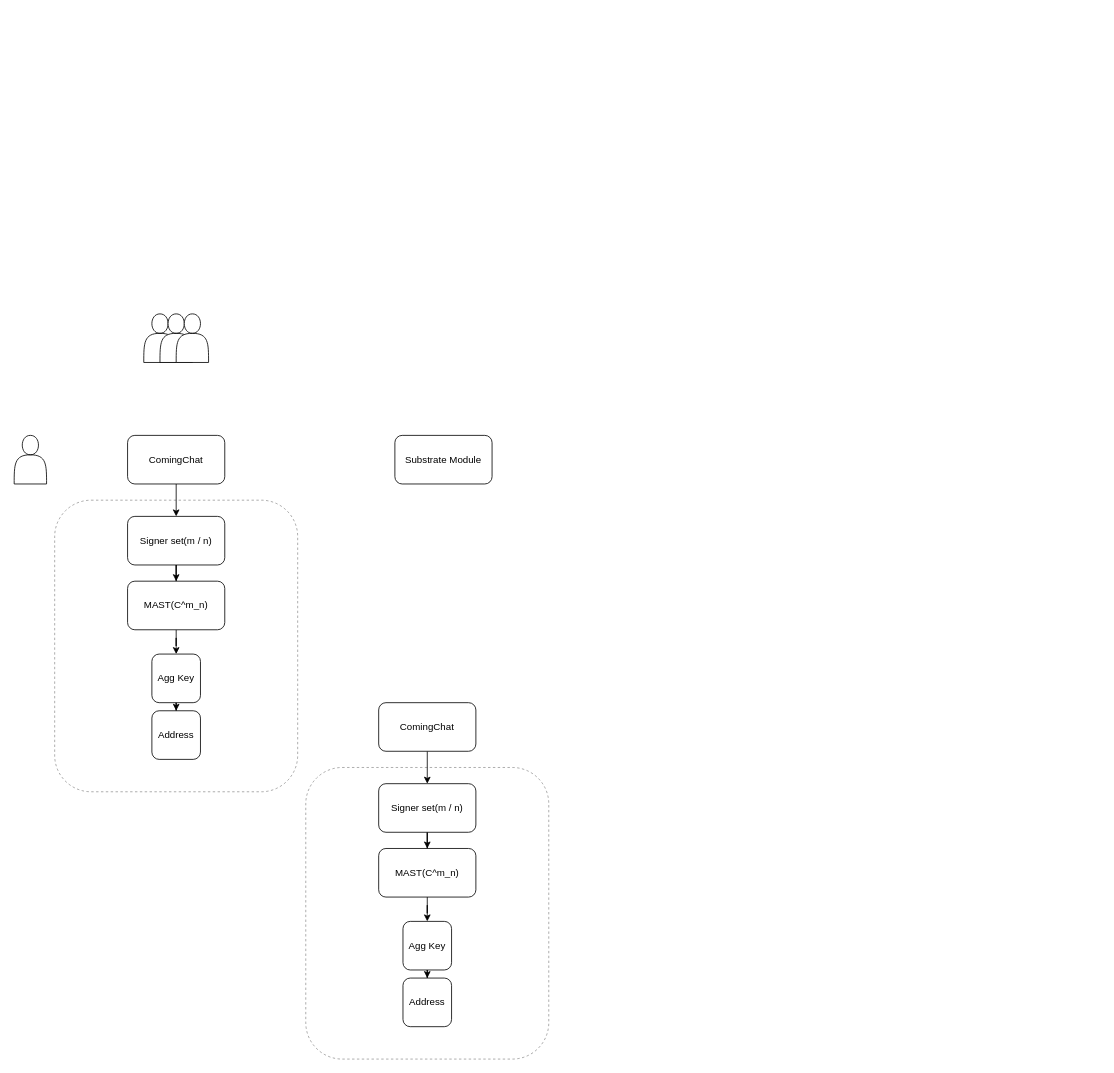
Before: drawio/threshold_signature.drawio in 0xrjman/resources, a draw.io diagram. Source tidied: cells renumbered, new cells numbered last; positions are measured from the earlier drawing's top-left corner, leaving out a move shared by most shapes. Both pictures are drawn from the tidied source at 81%, with x=0, y=0 at pixel (14, 313).
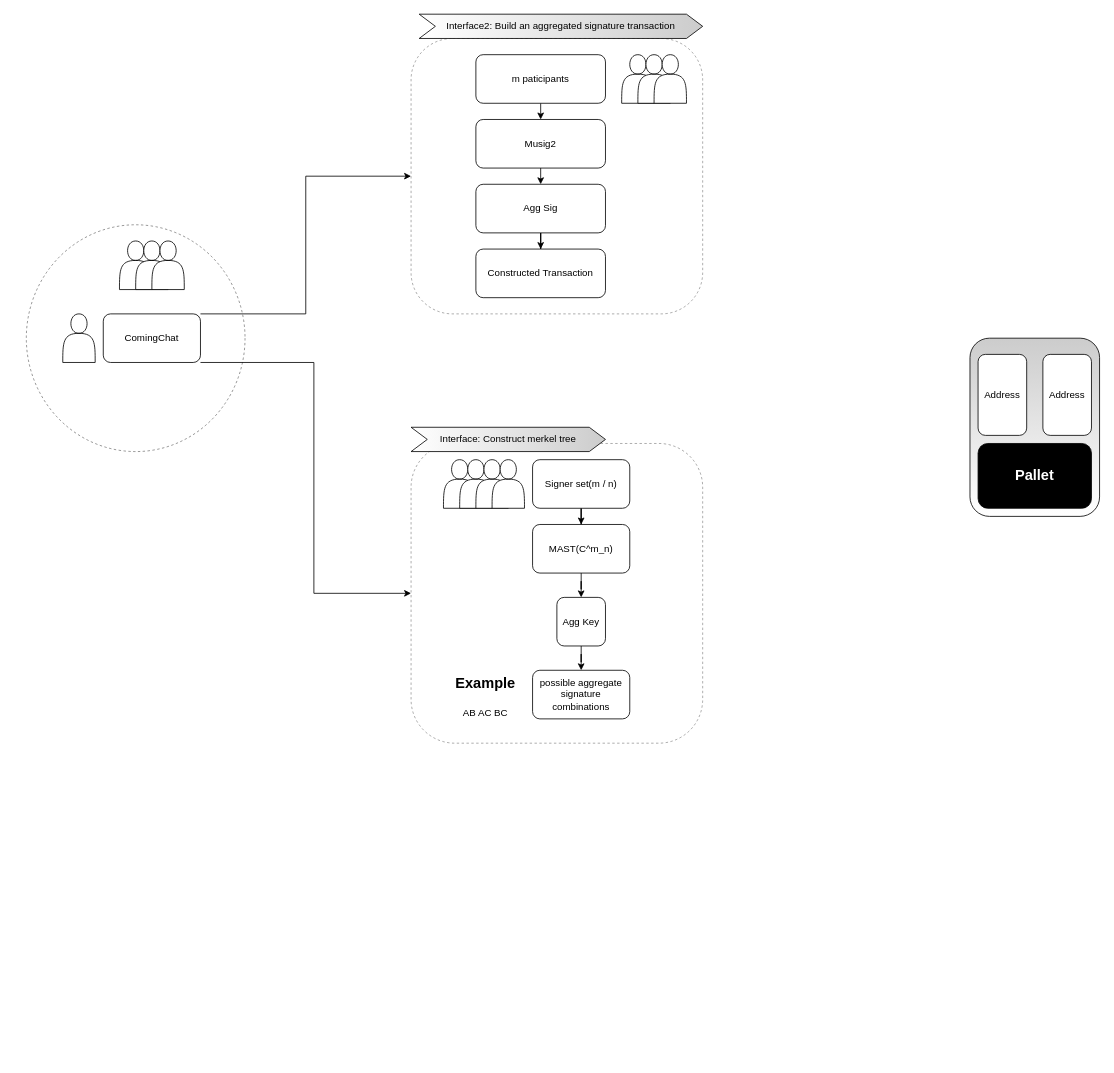
Above is the later version.

What changed in the source:
```diff
@@
+    <mxCell id="29" style="rounded=1;whiteSpace=wrap;html=1;dashed=1;opacity=40;" parent="1" vertex="1">
+      <mxGeometry x="490" y="-340" width="360" height="340" as="geometry" />
+    </mxCell>
+    <mxCell id="30" style="ellipse;whiteSpace=wrap;html=1;gradientColor=none;gradientDirection=north;fillColor=none;dashed=1;opacity=50;" parent="1" vertex="1">
+      <mxGeometry x="15" y="-110" width="270" height="280" as="geometry" />
+    </mxCell>
     <mxCell id="2" style="rounded=1;whiteSpace=wrap;html=1;dashed=1;opacity=40;" parent="1" vertex="1">
-      <mxGeometry x="50" y="230" width="300" height="360" as="geometry" />
+      <mxGeometry x="490" y="160" width="360" height="370" as="geometry" />
     </mxCell>
-    <mxCell id="3" style="edgeStyle=orthogonalEdgeStyle;rounded=0;jettySize=auto;html=1;entryX=0.5;entryY=0;entryDx=0;entryDy=0;" parent="1" edge="1" source="4" target="10">
-      <mxGeometry relative="1" as="geometry" />
+    <mxCell id="3" style="edgeStyle=orthogonalEdgeStyle;rounded=0;jettySize=auto;html=1;entryX=0;entryY=0.5;entryDx=0;entryDy=0;" parent="1" edge="1" source="4" target="2">
+      <mxGeometry relative="1" as="geometry">
+        <Array as="points">
+          <mxPoint x="370" y="60" />
+          <mxPoint x="370" y="345" />
+        </Array>
+      </mxGeometry>
     </mxCell>
+    <mxCell id="31" style="edgeStyle=orthogonalEdgeStyle;rounded=0;jettySize=auto;html=1;exitX=1;exitY=0;exitDx=0;exitDy=0;entryX=0;entryY=0.5;entryDx=0;entryDy=0;" parent="1" edge="1" source="4" target="29">
+      <mxGeometry relative="1" as="geometry">
+        <Array as="points">
+          <mxPoint x="360" />
+          <mxPoint x="360" y="-170" />
+        </Array>
+      </mxGeometry>
+    </mxCell>
     <mxCell id="4" value="ComingChat" style="rounded=1;whiteSpace=wrap;html=1;" parent="1" vertex="1">
-      <mxGeometry x="140" y="150" width="120" height="60" as="geometry" />
+      <mxGeometry x="110" width="120" height="60" as="geometry" />
     </mxCell>
@@
-    <mxCell id="6" value="Substrate Module" style="rounded=1;whiteSpace=wrap;html=1;" parent="1" vertex="1">
-      <mxGeometry x="470" y="150" width="120" height="60" as="geometry" />
+    <mxCell id="6" style="rounded=1;whiteSpace=wrap;html=1;gradientDirection=north;gradientColor=#CCCCCC;fillColor=#FFFFFF;" parent="1" vertex="1">
+      <mxGeometry x="1180" y="30" width="160" height="220" as="geometry" />
     </mxCell>
-    <mxCell id="7" style="edgeStyle=orthogonalEdgeStyle;rounded=0;jettySize=auto;html=1;" parent="1" edge="1" source="8" target="16">
-      <mxGeometry relative="1" as="geometry" />
-    </mxCell>
+    <mxCell id="32" style="edgeStyle=orthogonalEdgeStyle;rounded=0;jettySize=auto;html=1;" parent="1" edge="1" source="8" target="46">
+      <mxGeometry relative="1" as="geometry" />
+    </mxCell>
     <mxCell id="8" value="Agg Key" style="rounded=1;whiteSpace=wrap;html=1;" parent="1" vertex="1">
-      <mxGeometry x="170" y="420" width="60" height="60" as="geometry" />
+      <mxGeometry x="670" y="350" width="60" height="60" as="geometry" />
     </mxCell>
@@
     <mxCell id="10" value="Signer set(m / n)" style="rounded=1;whiteSpace=wrap;html=1;" parent="1" vertex="1">
-      <mxGeometry x="140" y="250" width="120" height="60" as="geometry" />
+      <mxGeometry x="640" y="180" width="120" height="60" as="geometry" />
     </mxCell>
     <mxCell id="11" value="MAST(C^m_n)" style="whiteSpace=wrap;html=1;rounded=1;" parent="1" vertex="1">
-      <mxGeometry x="140" y="330" width="120" height="60" as="geometry" />
+      <mxGeometry x="640" y="260" width="120" height="60" as="geometry" />
     </mxCell>
     <mxCell id="12" style="shape=actor;whiteSpace=wrap;html=1;" parent="1" vertex="1">
-      <mxGeometry y="150" width="40" height="60" as="geometry" />
+      <mxGeometry x="530" y="180" width="40" height="60" as="geometry" />
     </mxCell>
     <mxCell id="13" style="shape=actor;whiteSpace=wrap;html=1;" parent="1" vertex="1">
-      <mxGeometry x="160" width="40" height="60" as="geometry" />
+      <mxGeometry x="130" y="-90" width="40" height="60" as="geometry" />
     </mxCell>
     <mxCell id="14" style="shape=actor;whiteSpace=wrap;html=1;" parent="1" vertex="1">
-      <mxGeometry x="180" width="40" height="60" as="geometry" />
+      <mxGeometry x="150" y="-90" width="40" height="60" as="geometry" />
     </mxCell>
     <mxCell id="15" style="shape=actor;whiteSpace=wrap;html=1;" parent="1" vertex="1">
-      <mxGeometry x="200" width="40" height="60" as="geometry" />
+      <mxGeometry x="170" y="-90" width="40" height="60" as="geometry" />
     </mxCell>
     <mxCell id="16" value="Address" style="whiteSpace=wrap;html=1;rounded=1;" parent="1" vertex="1">
-      <mxGeometry x="170" y="490" width="60" height="60" as="geometry" />
+      <mxGeometry x="1190" y="50" width="60" height="100" as="geometry" />
     </mxCell>
@@
-    <mxCell id="18" style="rounded=1;whiteSpace=wrap;html=1;dashed=1;opacity=40;" parent="1" vertex="1">
-      <mxGeometry x="360" y="560" width="300" height="360" as="geometry" />
-    </mxCell>
-    <mxCell id="19" style="edgeStyle=orthogonalEdgeStyle;rounded=0;jettySize=auto;html=1;entryX=0.5;entryY=0;entryDx=0;entryDy=0;" parent="1" edge="1" source="20" target="25">
-      <mxGeometry relative="1" as="geometry" />
-    </mxCell>
-    <mxCell id="20" value="ComingChat" style="rounded=1;whiteSpace=wrap;html=1;" parent="1" vertex="1">
-      <mxGeometry x="450" y="480" width="120" height="60" as="geometry" />
-    </mxCell>
-    <mxCell id="21" style="edgeStyle=orthogonalEdgeStyle;rounded=0;jettySize=auto;html=1;exitX=0.5;exitY=1;exitDx=0;exitDy=0;" parent="1" edge="1" source="26" target="23">
-      <mxGeometry relative="1" as="geometry" />
-    </mxCell>
-    <mxCell id="22" style="edgeStyle=orthogonalEdgeStyle;rounded=0;jettySize=auto;html=1;" parent="1" edge="1" source="23" target="27">
-      <mxGeometry relative="1" as="geometry" />
-    </mxCell>
-    <mxCell id="23" value="Agg Key" style="rounded=1;whiteSpace=wrap;html=1;" parent="1" vertex="1">
-      <mxGeometry x="480" y="750" width="60" height="60" as="geometry" />
-    </mxCell>
-    <mxCell id="24" style="edgeStyle=orthogonalEdgeStyle;rounded=0;jettySize=auto;html=1;" parent="1" edge="1" source="25" target="26">
-      <mxGeometry relative="1" as="geometry" />
-    </mxCell>
-    <mxCell id="25" value="Signer set(m / n)" style="rounded=1;whiteSpace=wrap;html=1;" parent="1" vertex="1">
-      <mxGeometry x="450" y="580" width="120" height="60" as="geometry" />
-    </mxCell>
-    <mxCell id="26" value="MAST(C^m_n)" style="whiteSpace=wrap;html=1;rounded=1;" parent="1" vertex="1">
-      <mxGeometry x="450" y="660" width="120" height="60" as="geometry" />
-    </mxCell>
+    <mxCell id="33" value="&lt;font color=&quot;#ffffff&quot; style=&quot;font-size: 18px&quot;&gt;&lt;b&gt;Pallet&lt;/b&gt;&lt;/font&gt;" style="rounded=1;whiteSpace=wrap;html=1;gradientDirection=north;fillColor=#000000;" parent="1" vertex="1">
+      <mxGeometry x="1190" y="160" width="140" height="80" as="geometry" />
+    </mxCell>
     <mxCell id="27" value="Address" style="whiteSpace=wrap;html=1;rounded=1;" parent="1" vertex="1">
-      <mxGeometry x="480" y="820" width="60" height="60" as="geometry" />
+      <mxGeometry x="1270" y="50" width="60" height="100" as="geometry" />
     </mxCell>
-    <mxCell id="28" style="edgeStyle=orthogonalEdgeStyle;rounded=0;orthogonalLoop=1;jettySize=auto;html=1;exitX=0.5;exitY=1;exitDx=0;exitDy=0;" parent="1" edge="1" source="27" target="27">
-      <mxGeometry relative="1" as="geometry" />
-    </mxCell>
+    <mxCell id="34" style="shape=actor;whiteSpace=wrap;html=1;" parent="1" vertex="1">
+      <mxGeometry x="550" y="180" width="40" height="60" as="geometry" />
+    </mxCell>
+    <mxCell id="35" style="shape=actor;whiteSpace=wrap;html=1;" parent="1" vertex="1">
+      <mxGeometry x="570" y="180" width="40" height="60" as="geometry" />
+    </mxCell>
+    <mxCell id="36" value="&lt;div class=&quot;lake-content&quot;&gt;&lt;span class=&quot;ne-text&quot;&gt;Interface: Construct merkel tree&lt;/span&gt;&lt;/div&gt;" style="shape=step;perimeter=stepPerimeter;whiteSpace=wrap;html=1;fixedSize=1;gradientDirection=east;gradientColor=#CCCCCC;" parent="1" vertex="1">
+      <mxGeometry x="490" y="140" width="240" height="30" as="geometry" />
+    </mxCell>
+    <mxCell id="37" style="shape=actor;whiteSpace=wrap;html=1;" parent="1" vertex="1">
+      <mxGeometry x="590" y="180" width="40" height="60" as="geometry" />
+    </mxCell>
+    <mxCell id="38" style="shape=actor;whiteSpace=wrap;html=1;" parent="1" vertex="1">
+      <mxGeometry x="60" width="40" height="60" as="geometry" />
+    </mxCell>
+    <mxCell id="39" value="&lt;div class=&quot;lake-content&quot;&gt;&lt;div class=&quot;lake-content&quot;&gt;&lt;span class=&quot;ne-text&quot;&gt;Interface2: Build an aggregated signature transaction&lt;/span&gt;&lt;/div&gt;&lt;/div&gt;" style="shape=step;perimeter=stepPerimeter;whiteSpace=wrap;html=1;fixedSize=1;gradientDirection=east;gradientColor=#CCCCCC;" parent="1" vertex="1">
+      <mxGeometry x="500" y="-370" width="350" height="30" as="geometry" />
+    </mxCell>
+    <mxCell id="40" style="edgeStyle=orthogonalEdgeStyle;rounded=0;jettySize=auto;html=1;" parent="1" edge="1" source="41" target="47">
+      <mxGeometry relative="1" as="geometry" />
+    </mxCell>
+    <mxCell id="41" value="Agg Sig" style="rounded=1;whiteSpace=wrap;html=1;" parent="1" vertex="1">
+      <mxGeometry x="570" y="-160" width="160" height="60" as="geometry" />
+    </mxCell>
+    <mxCell id="42" style="edgeStyle=orthogonalEdgeStyle;rounded=0;jettySize=auto;html=1;exitX=0.5;exitY=1;exitDx=0;exitDy=0;entryX=0.5;entryY=0;entryDx=0;entryDy=0;" parent="1" edge="1" source="43" target="41">
+      <mxGeometry relative="1" as="geometry" />
+    </mxCell>
+    <mxCell id="43" value="Musig2" style="whiteSpace=wrap;html=1;rounded=1;" parent="1" vertex="1">
+      <mxGeometry x="570" y="-240" width="160" height="60" as="geometry" />
+    </mxCell>
+    <mxCell id="44" style="edgeStyle=orthogonalEdgeStyle;rounded=0;jettySize=auto;html=1;exitX=0.5;exitY=1;exitDx=0;exitDy=0;entryX=0.5;entryY=0;entryDx=0;entryDy=0;" parent="1" edge="1" source="45" target="43">
+      <mxGeometry relative="1" as="geometry" />
+    </mxCell>
+    <mxCell id="45" value="m paticipants" style="rounded=1;whiteSpace=wrap;html=1;" parent="1" vertex="1">
+      <mxGeometry x="570" y="-320" width="160" height="60" as="geometry" />
+    </mxCell>
+    <mxCell id="46" value="&lt;div class=&quot;lake-content&quot;&gt;&lt;span class=&quot;ne-text&quot;&gt;possible aggregate signature combinations&lt;/span&gt;&lt;/div&gt;" style="whiteSpace=wrap;html=1;rounded=1;" parent="1" vertex="1">
+      <mxGeometry x="640" y="440" width="120" height="60" as="geometry" />
+    </mxCell>
+    <mxCell id="47" value="Constructed Transaction" style="rounded=1;whiteSpace=wrap;html=1;" parent="1" vertex="1">
+      <mxGeometry x="570" y="-80" width="160" height="60" as="geometry" />
+    </mxCell>
+    <mxCell id="48" style="shape=actor;whiteSpace=wrap;html=1;" parent="1" vertex="1">
+      <mxGeometry x="750" y="-320" width="40" height="60" as="geometry" />
+    </mxCell>
+    <mxCell id="49" style="shape=actor;whiteSpace=wrap;html=1;" parent="1" vertex="1">
+      <mxGeometry x="770" y="-320" width="40" height="60" as="geometry" />
+    </mxCell>
+    <mxCell id="50" style="shape=actor;whiteSpace=wrap;html=1;" parent="1" vertex="1">
+      <mxGeometry x="790" y="-320" width="40" height="60" as="geometry" />
+    </mxCell>
+    <mxCell id="51" value="&lt;h1&gt;&lt;font style=&quot;font-size: 18px&quot;&gt;Example&lt;/font&gt;&lt;/h1&gt;&lt;div style=&quot;text-align: center&quot;&gt;AB AC BC&lt;/div&gt;" style="text;html=1;strokeColor=none;fillColor=none;spacing=5;spacingTop=-20;whiteSpace=wrap;overflow=hidden;rounded=0;dashed=1;opacity=50;" parent="1" vertex="1">
+      <mxGeometry x="540" y="435" width="100" height="70" as="geometry" />
+    </mxCell>
```
